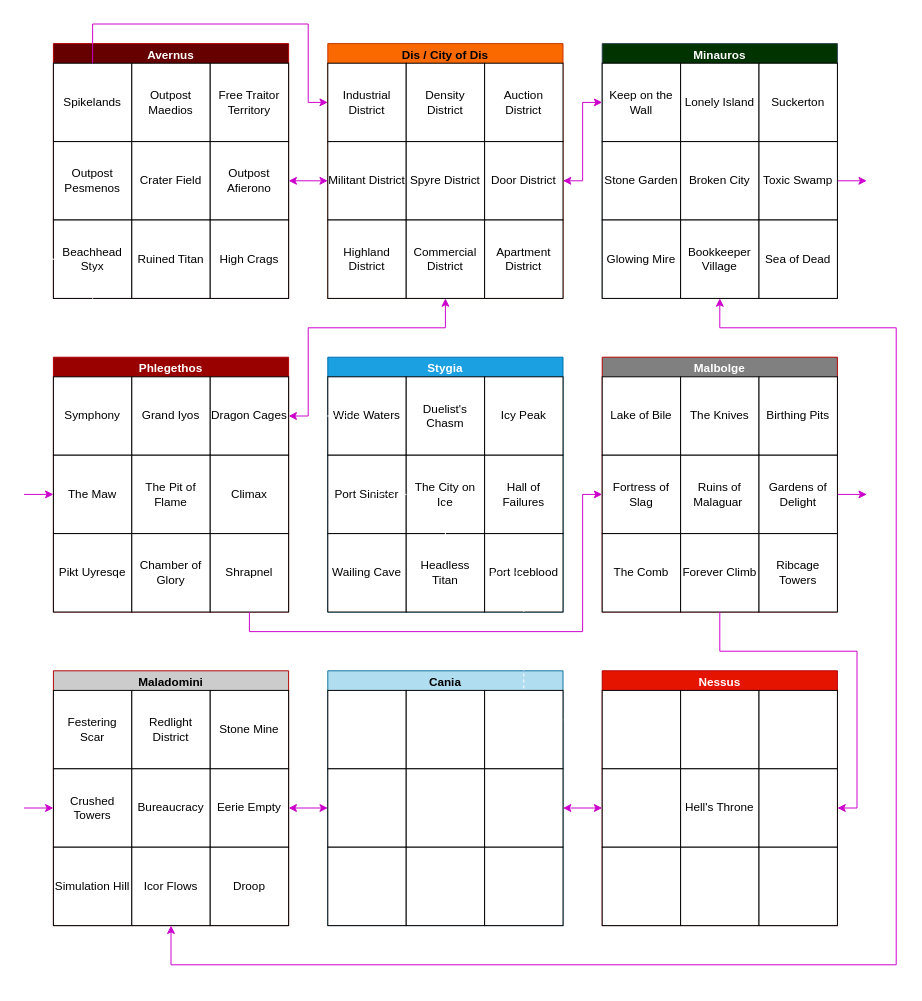
Above: MEDIA/SUPP/baatorMap.drawio in craftingcity/The-Known-World (draw.io), before the change. Source tidied: cells renumbered, new cells numbered last; positions are measured from the earlier drawing's top-left corner, leaving out a move shared by most shapes. Both pictures are drawn from the tidied source at 98%, with x=0, y=0 at pixel (24, 24).
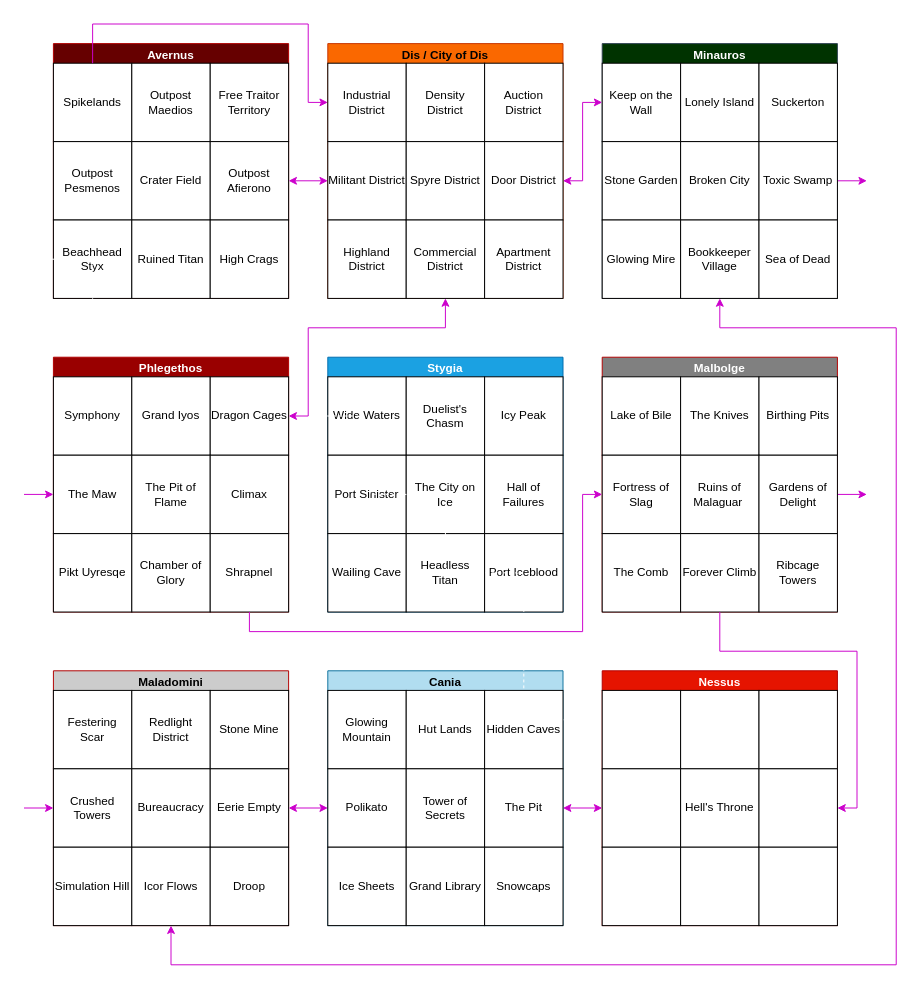
Above is the later version.

The change refers to these unchanged cells:
```xml
<mxCell id="76" value="&lt;font style=&quot;color: rgb(0, 0, 0);&quot;&gt;Cania&lt;/font&gt;" style="swimlane;whiteSpace=wrap;html=1;fillColor=#b1ddf0;strokeColor=#10739e;" parent="1" vertex="1">
  <mxGeometry x="310" y="660" width="240" height="260" as="geometry" />
</mxCell>
```

Diff of the diagram source:
```diff
@@
-    <mxCell id="77" style="whiteSpace=wrap;html=1;" parent="76" vertex="1">
+    <mxCell id="77" value="Glowing Mountain" style="whiteSpace=wrap;html=1;" parent="76" vertex="1">
       <mxGeometry y="20" width="80" height="80" as="geometry" />
     </mxCell>
-    <mxCell id="78" style="whiteSpace=wrap;html=1;" parent="76" vertex="1">
+    <mxCell id="78" value="Hut Lands" style="whiteSpace=wrap;html=1;" parent="76" vertex="1">
       <mxGeometry x="80" y="20" width="80" height="80" as="geometry" />
     </mxCell>
-    <mxCell id="79" style="whiteSpace=wrap;html=1;" parent="76" vertex="1">
+    <mxCell id="79" value="Hidden Caves" style="whiteSpace=wrap;html=1;" parent="76" vertex="1">
       <mxGeometry x="160" y="20" width="80" height="80" as="geometry" />
     </mxCell>
-    <mxCell id="80" style="whiteSpace=wrap;html=1;" parent="76" vertex="1">
+    <mxCell id="80" value="Polikato" style="whiteSpace=wrap;html=1;" parent="76" vertex="1">
       <mxGeometry y="100" width="80" height="80" as="geometry" />
     </mxCell>
-    <mxCell id="81" style="whiteSpace=wrap;html=1;" parent="76" vertex="1">
+    <mxCell id="81" value="Ice Sheets" style="whiteSpace=wrap;html=1;" parent="76" vertex="1">
       <mxGeometry y="180" width="80" height="80" as="geometry" />
     </mxCell>
-    <mxCell id="82" style="whiteSpace=wrap;html=1;" parent="76" vertex="1">
+    <mxCell id="82" value="Tower of Secrets" style="whiteSpace=wrap;html=1;" parent="76" vertex="1">
       <mxGeometry x="80" y="100" width="80" height="80" as="geometry" />
     </mxCell>
-    <mxCell id="83" style="whiteSpace=wrap;html=1;" parent="76" vertex="1">
+    <mxCell id="83" value="The Pit" style="whiteSpace=wrap;html=1;" parent="76" vertex="1">
       <mxGeometry x="160" y="100" width="80" height="80" as="geometry" />
     </mxCell>
-    <mxCell id="84" style="whiteSpace=wrap;html=1;" parent="76" vertex="1">
+    <mxCell id="84" value="Grand Library" style="whiteSpace=wrap;html=1;" parent="76" vertex="1">
       <mxGeometry x="80" y="180" width="80" height="80" as="geometry" />
     </mxCell>
-    <mxCell id="85" style="whiteSpace=wrap;html=1;" parent="76" vertex="1">
+    <mxCell id="85" value="Snowcaps" style="whiteSpace=wrap;html=1;" parent="76" vertex="1">
       <mxGeometry x="160" y="180" width="80" height="80" as="geometry" />
     </mxCell>
```
